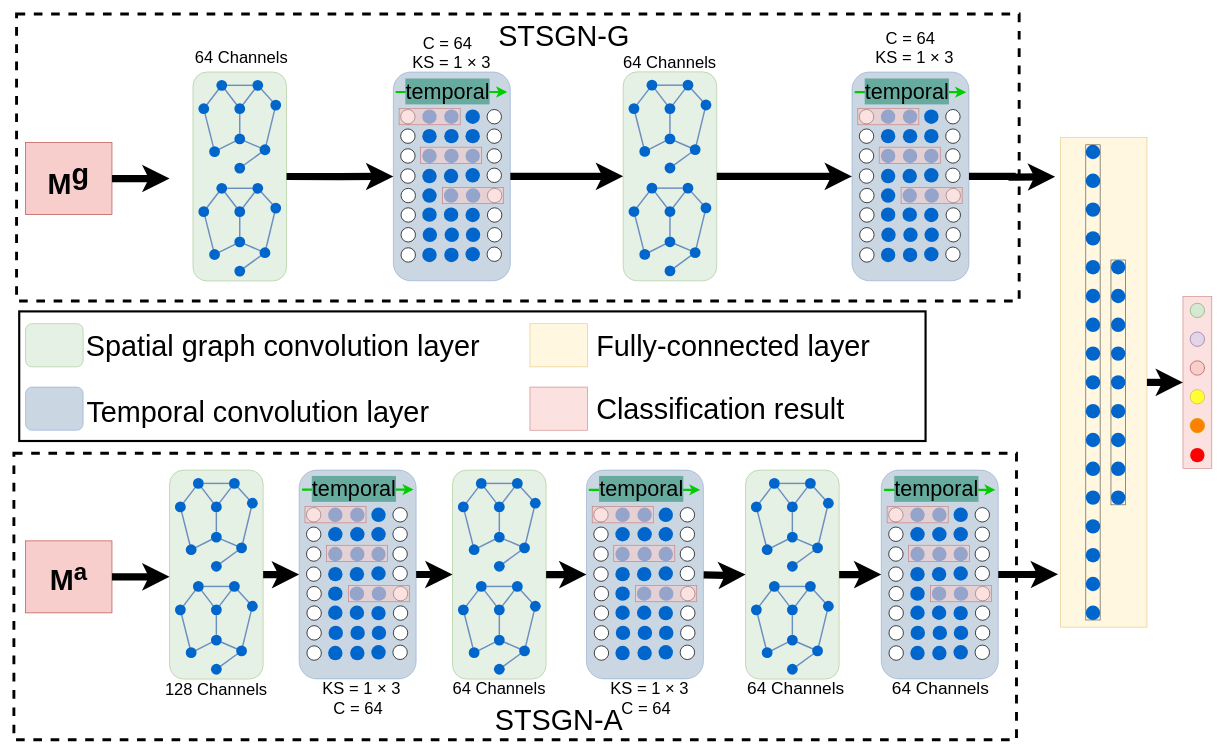
1009351456/Anonymous keeps this draw.io diagram as page "Page-3" (3 of 3) of FG4.drawio. Above is the earlier version. Source tidied: cells renumbered, new cells numbered last; positions are measured from the earlier drawing's top-left corner, leaving out a move shared by most shapes. Both pictures are drawn from the tidied source at 72%, with x=0, y=0 at pixel (14, 14).
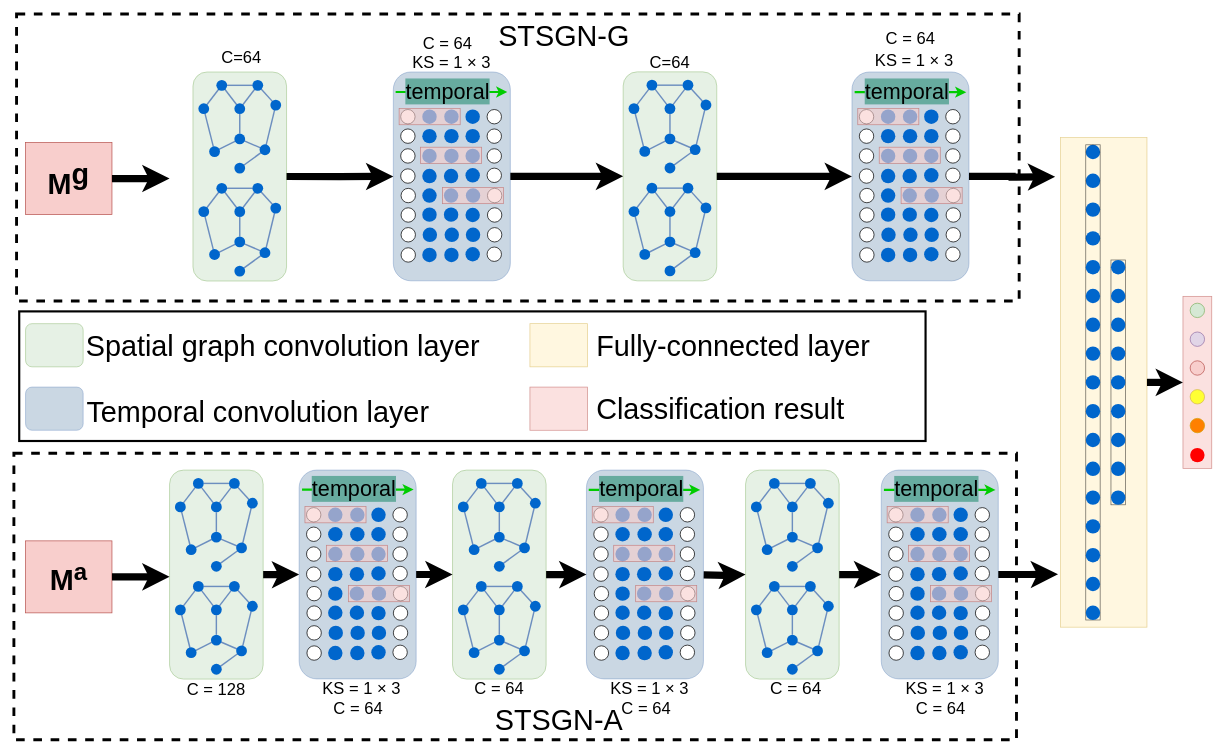
The same page after the edit.

What changed in the source:
```diff
@@
-    <mxCell id="501" value="64 Channels" style="text;html=1;strokeColor=none;fillColor=none;align=center;verticalAlign=middle;whiteSpace=wrap;rounded=0;fontSize=23;" parent="1" vertex="1">
+    <mxCell id="501" value="C=64" style="text;html=1;strokeColor=none;fillColor=none;align=center;verticalAlign=middle;whiteSpace=wrap;rounded=0;fontSize=23;" parent="1" vertex="1">
       <mxGeometry x="246" y="40.3" width="140" height="40" as="geometry" />
     </mxCell>
@@
-    <mxCell id="503" value="64 Channels" style="text;html=1;strokeColor=none;fillColor=none;align=center;verticalAlign=middle;whiteSpace=wrap;rounded=0;fontSize=23;" parent="1" vertex="1">
+    <mxCell id="503" value="C = 64" style="text;html=1;strokeColor=none;fillColor=none;align=center;verticalAlign=middle;whiteSpace=wrap;rounded=0;fontSize=23;" parent="1" vertex="1">
       <mxGeometry x="604" y="917.4" width="140" height="40" as="geometry" />
     </mxCell>
-    <mxCell id="504" value="128 Channels" style="text;html=1;strokeColor=none;fillColor=none;align=center;verticalAlign=middle;whiteSpace=wrap;rounded=0;fontSize=23;" parent="1" vertex="1">
+    <mxCell id="504" value="C = 128" style="text;html=1;strokeColor=none;fillColor=none;align=center;verticalAlign=middle;whiteSpace=wrap;rounded=0;fontSize=23;" parent="1" vertex="1">
       <mxGeometry x="207.2" y="917.5" width="147.5" height="40" as="geometry" />
     </mxCell>
-    <mxCell id="505" value="64 Channels" style="text;html=1;strokeColor=none;fillColor=none;align=center;verticalAlign=middle;whiteSpace=wrap;rounded=0;fontSize=24;" parent="1" vertex="1">
-      <mxGeometry x="1217.2" y="917.4" width="140" height="40" as="geometry" />
-    </mxCell>
-    <mxCell id="506" value="64 Channels" style="text;html=1;strokeColor=none;fillColor=none;align=center;verticalAlign=middle;whiteSpace=wrap;rounded=0;fontSize=24;" parent="1" vertex="1">
+    <mxCell id="506" value="C = 64" style="text;html=1;strokeColor=none;fillColor=none;align=center;verticalAlign=middle;whiteSpace=wrap;rounded=0;fontSize=24;" parent="1" vertex="1">
       <mxGeometry x="1016" y="917.4" width="140" height="40" as="geometry" />
     </mxCell>
@@
     <mxCell id="510" value="&amp;nbsp; &amp;nbsp; KS = 1 × 3&amp;nbsp;&amp;nbsp;" style="text;html=1;strokeColor=none;fillColor=none;align=center;verticalAlign=middle;whiteSpace=wrap;rounded=0;fontSize=23;" parent="1" vertex="1">
-      <mxGeometry x="1168.8" y="50" width="150.5" height="21.2" as="geometry" />
+      <mxGeometry x="1158.4" y="54.3" width="172.1" height="21.2" as="geometry" />
     </mxCell>
@@
-    <mxCell id="514" value="64 Channels" style="text;html=1;strokeColor=none;fillColor=none;align=center;verticalAlign=middle;whiteSpace=wrap;rounded=0;fontSize=23;" parent="1" vertex="1">
+    <mxCell id="514" value="C=64" style="text;html=1;strokeColor=none;fillColor=none;align=center;verticalAlign=middle;whiteSpace=wrap;rounded=0;fontSize=23;" parent="1" vertex="1">
       <mxGeometry x="841" y="47.4" width="140" height="40" as="geometry" />
     </mxCell>
+    <mxCell id="515" value="&amp;nbsp; &amp;nbsp; KS = 1 × 3&amp;nbsp;&amp;nbsp;" style="text;html=1;strokeColor=none;fillColor=none;align=center;verticalAlign=middle;whiteSpace=wrap;rounded=0;fontSize=23;" parent="1" vertex="1">
+      <mxGeometry x="1210.5" y="924.3" width="150.5" height="26.3" as="geometry" />
+    </mxCell>
+    <mxCell id="516" value="C = 64&amp;nbsp;&amp;nbsp;" style="text;html=1;strokeColor=none;fillColor=none;align=left;verticalAlign=middle;whiteSpace=wrap;rounded=0;fontSize=23;" parent="1" vertex="1">
+      <mxGeometry x="1251" y="950" width="90" height="27.5" as="geometry" />
+    </mxCell>
```
